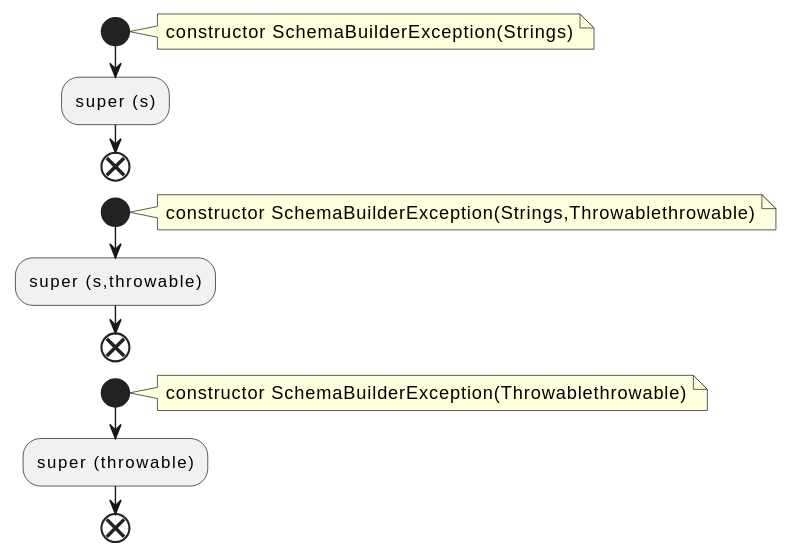
Before: docs/qc/connect/api/src/main/java/org/apache/kafka/connect/errors/SchemaBuilderException.java.fct.svg, a diagram exported from PlantUML (qualitesys/kafka). The source it was exported from:
```plantuml
@startuml
!pragma layout smetana
start
note right
constructor SchemaBuilderException(Strings)
end note
:super (s);
end
start
note right
constructor SchemaBuilderException(Strings,Throwablethrowable)
end note
:super (s,throwable);
end
start
note right
constructor SchemaBuilderException(Throwablethrowable)
end note
:super (throwable);
end
@enduml
```
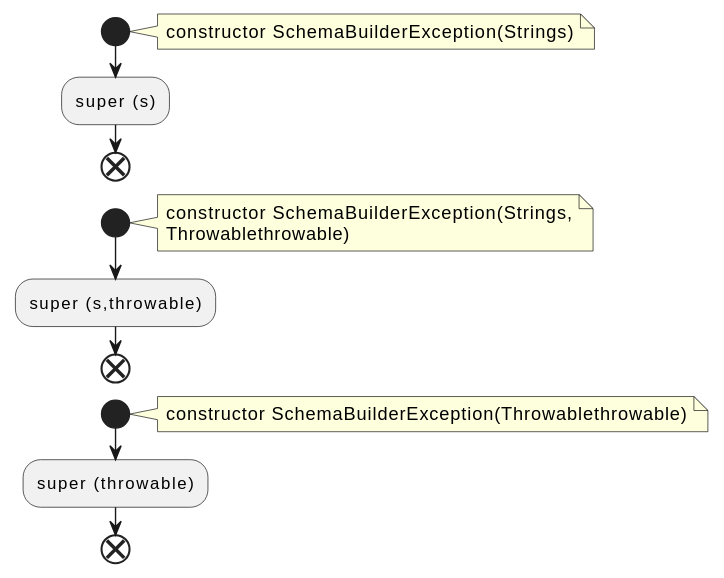
Later version of the same file.

What changed in the source:
```diff
@@ -8,7 +8,8 @@
 end
 start
 note right
-constructor SchemaBuilderException(Strings,Throwablethrowable)
+constructor SchemaBuilderException(Strings,
+Throwablethrowable)
 end note
 :super (s,throwable);
 end
```
